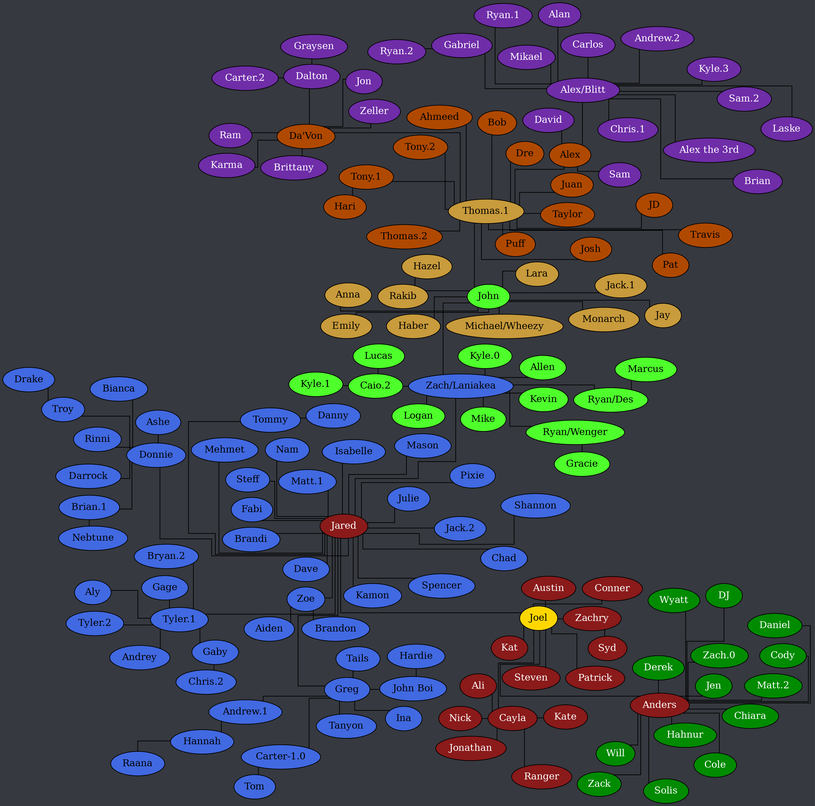
This is tree.png from Documidas/CoronaCatzFamilyTree, a Graphviz export, as it was before one commit. Its source is kept beside it as tree.dot.
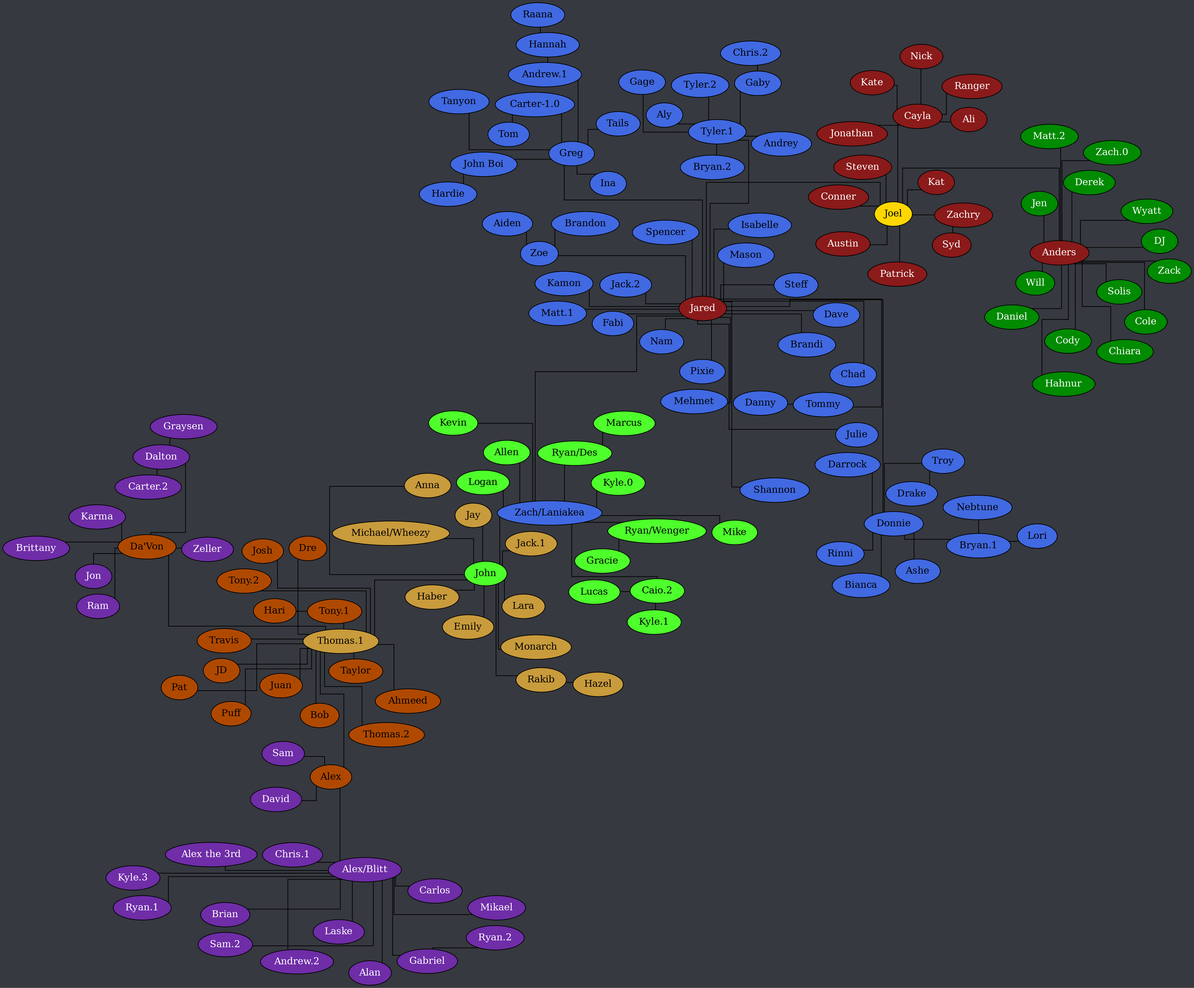
After the commit.

Commit message:
Add Lori, rename Brian.1 to Bryan.2

Change to the diagram source:
```diff
@@ -55,11 +55,12 @@
 		node [ style=filled fillcolor="royalblue" fontcolor="black" ];
 
 		"Andrew.1" -- Hannah;
-		"Brian.1" -- Nebtune;
+		"Bryan.1" -- Lori;
+		"Bryan.1" -- Nebtune;
 		"Carter-1.0" -- Tom;
 		Donnie -- Ashe;
 		Donnie -- Bianca;
-		Donnie -- "Brian.1";
+		Donnie -- "Bryan.1";
 		Donnie -- Darrock;
 		Donnie -- Rinni;
 		Donnie -- Troy;
```
